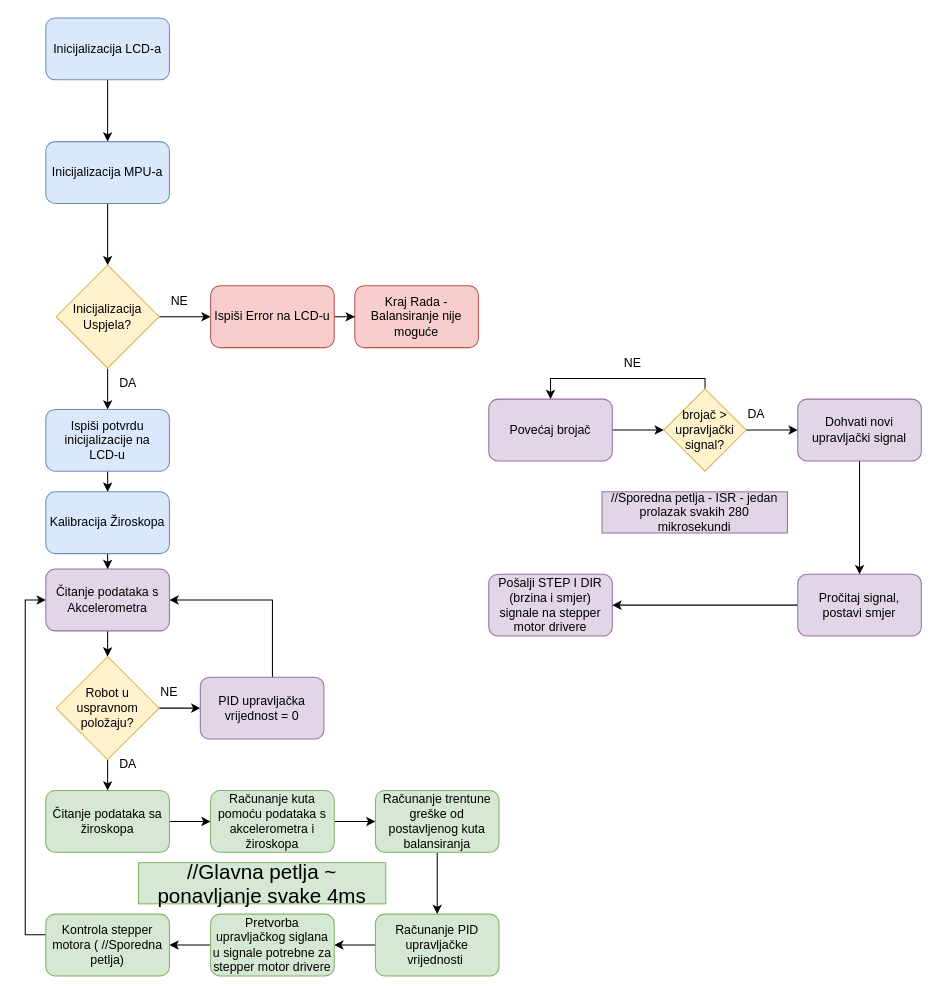
This is Diagrams&Schematics/full_program_flow_diagram.drawio from bruno-zahirovic/Self-Balancing-Robot, a draw.io file, before an edit. Source tidied: cells renumbered, new cells numbered last; positions are measured from the earlier drawing's top-left corner, leaving out a move shared by most shapes. Both pictures are drawn from the tidied source at 103%, with x=0, y=0 at pixel (25, 18).
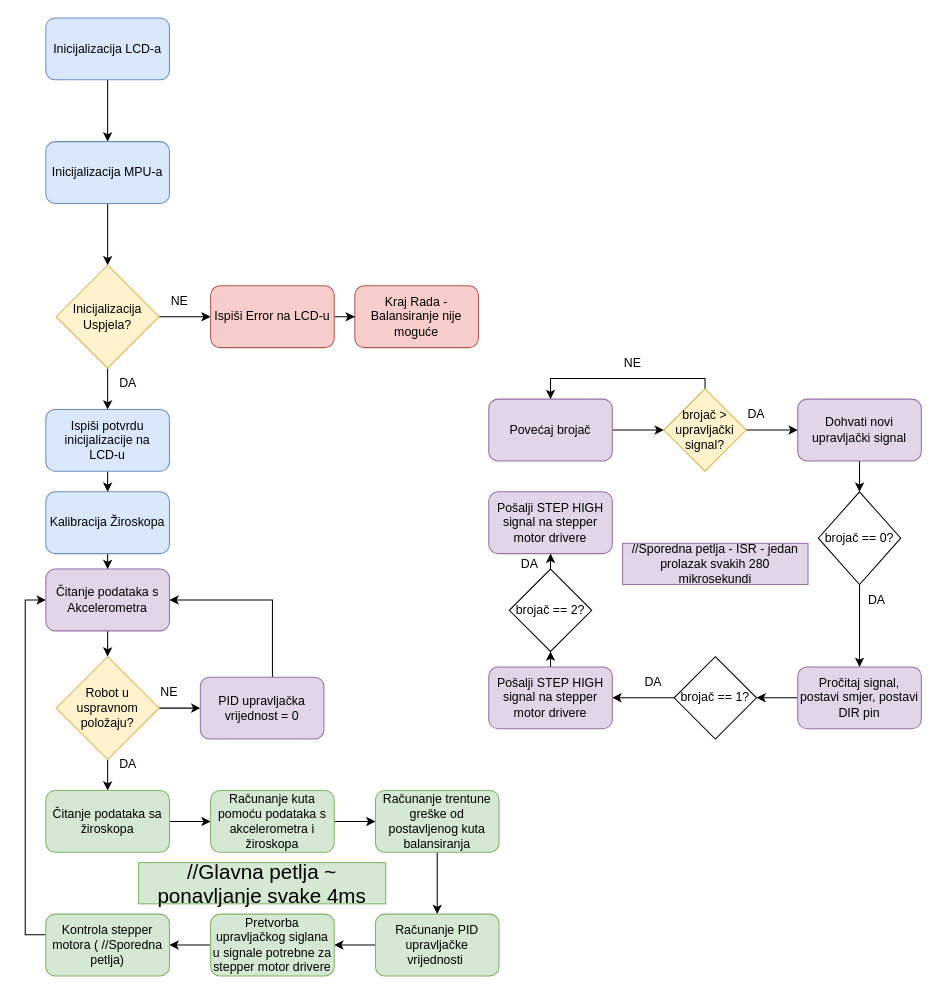
The same diagram, later.

The change refers to these unchanged cells:
```xml
<mxCell id="49" value="Dohvati novi upravljački signal" style="rounded=1;whiteSpace=wrap;html=1;fontSize=12;fillColor=#e1d5e7;strokeColor=#9673a6;" parent="1" vertex="1">
  <mxGeometry x="750" y="370" width="120" height="60" as="geometry" />
</mxCell>
```

Change to the diagram source:
```diff
@@
+    <mxCell id="53" style="edgeStyle=orthogonalEdgeStyle;rounded=0;jettySize=auto;html=1;fontColor=#000000;" parent="1" edge="1" source="40" target="63">
+      <mxGeometry relative="1" as="geometry" />
+    </mxCell>
-    <mxCell id="40" value="Pošalji STEP I DIR (brzina i smjer) signale na stepper motor drivere" style="rounded=1;whiteSpace=wrap;html=1;fontSize=12;fillColor=#e1d5e7;strokeColor=#9673a6;" parent="1" vertex="1">
-      <mxGeometry x="450" y="540" width="120" height="60" as="geometry" />
+    <mxCell id="40" value="Pošalji STEP HIGH signal na stepper motor drivere" style="rounded=1;whiteSpace=wrap;html=1;fontSize=12;fillColor=#e1d5e7;strokeColor=#9673a6;" parent="1" vertex="1">
+      <mxGeometry x="450" y="630" width="120" height="60" as="geometry" />
     </mxCell>
-    <mxCell id="41" style="edgeStyle=orthogonalEdgeStyle;rounded=0;jettySize=auto;html=1;fontSize=12;" parent="1" edge="1" source="42" target="40">
-      <mxGeometry relative="1" as="geometry" />
-    </mxCell>
+    <mxCell id="54" style="edgeStyle=orthogonalEdgeStyle;rounded=0;jettySize=auto;html=1;fontColor=#000000;" parent="1" edge="1" source="42" target="60">
+      <mxGeometry relative="1" as="geometry" />
+    </mxCell>
-    <mxCell id="42" value="Pročitaj signal, postavi smjer" style="rounded=1;whiteSpace=wrap;html=1;fontSize=12;fillColor=#e1d5e7;strokeColor=#9673a6;" parent="1" vertex="1">
-      <mxGeometry x="750" y="540" width="120" height="60" as="geometry" />
+    <mxCell id="42" value="Pročitaj signal, postavi smjer, postavi DIR pin" style="rounded=1;whiteSpace=wrap;html=1;fontSize=12;fillColor=#e1d5e7;strokeColor=#9673a6;" parent="1" vertex="1">
+      <mxGeometry x="750" y="630" width="120" height="60" as="geometry" />
     </mxCell>
@@
-    <mxCell id="48" style="edgeStyle=orthogonalEdgeStyle;rounded=0;jettySize=auto;html=1;fontSize=12;" parent="1" edge="1" source="49" target="42">
-      <mxGeometry relative="1" as="geometry" />
-    </mxCell>
+    <mxCell id="55" style="edgeStyle=orthogonalEdgeStyle;rounded=0;jettySize=auto;html=1;fontColor=#000000;" parent="1" edge="1" source="49" target="57">
+      <mxGeometry relative="1" as="geometry" />
+    </mxCell>
@@
     <mxCell id="52" value="//Sporedna petlja - ISR - jedan prolazak svakih 280 mikrosekundi" style="text;html=1;strokeColor=#9673a6;fillColor=#e1d5e7;align=center;verticalAlign=middle;whiteSpace=wrap;rounded=0;fontSize=12;" parent="1" vertex="1">
-      <mxGeometry x="560" y="460" width="180" height="40" as="geometry" />
+      <mxGeometry x="580" y="510" width="180" height="40" as="geometry" />
     </mxCell>
+    <mxCell id="56" style="edgeStyle=orthogonalEdgeStyle;rounded=0;jettySize=auto;html=1;fontColor=#000000;" parent="1" edge="1" source="57" target="42">
+      <mxGeometry relative="1" as="geometry" />
+    </mxCell>
+    <mxCell id="57" value="&lt;font color=&quot;#000000&quot;&gt;brojač == 0?&lt;/font&gt;" style="rhombus;whiteSpace=wrap;html=1;fontColor=#33FF33;" parent="1" vertex="1">
+      <mxGeometry x="770" y="460" width="80" height="90" as="geometry" />
+    </mxCell>
+    <mxCell id="58" value="DA" style="text;html=1;strokeColor=none;fillColor=none;align=center;verticalAlign=middle;whiteSpace=wrap;rounded=0;fontColor=#000000;" parent="1" vertex="1">
+      <mxGeometry x="797" y="550" width="60" height="30" as="geometry" />
+    </mxCell>
+    <mxCell id="59" style="edgeStyle=orthogonalEdgeStyle;rounded=0;jettySize=auto;html=1;fontColor=#000000;" parent="1" edge="1" source="60" target="40">
+      <mxGeometry relative="1" as="geometry" />
+    </mxCell>
+    <mxCell id="60" value="brojač == 1?" style="rhombus;whiteSpace=wrap;html=1;fontColor=#000000;" parent="1" vertex="1">
+      <mxGeometry x="630" y="620" width="80" height="80" as="geometry" />
+    </mxCell>
+    <mxCell id="61" value="DA" style="text;html=1;strokeColor=none;fillColor=none;align=center;verticalAlign=middle;whiteSpace=wrap;rounded=0;fontColor=#000000;" parent="1" vertex="1">
+      <mxGeometry x="580" y="630" width="60" height="30" as="geometry" />
+    </mxCell>
+    <mxCell id="62" style="edgeStyle=orthogonalEdgeStyle;rounded=0;jettySize=auto;html=1;fontColor=#000000;" parent="1" edge="1" source="63" target="64">
+      <mxGeometry relative="1" as="geometry" />
+    </mxCell>
+    <mxCell id="63" value="brojač == 2?" style="rhombus;whiteSpace=wrap;html=1;fontColor=#000000;" parent="1" vertex="1">
+      <mxGeometry x="470" y="535" width="80" height="80" as="geometry" />
+    </mxCell>
+    <mxCell id="64" value="Pošalji STEP HIGH signal na stepper motor drivere" style="rounded=1;whiteSpace=wrap;html=1;fontSize=12;fillColor=#e1d5e7;strokeColor=#9673a6;" parent="1" vertex="1">
+      <mxGeometry x="450" y="460" width="120" height="60" as="geometry" />
+    </mxCell>
+    <mxCell id="65" value="DA" style="text;html=1;strokeColor=none;fillColor=none;align=center;verticalAlign=middle;whiteSpace=wrap;rounded=0;fontColor=#000000;" parent="1" vertex="1">
+      <mxGeometry x="460" y="515" width="60" height="30" as="geometry" />
+    </mxCell>
```
